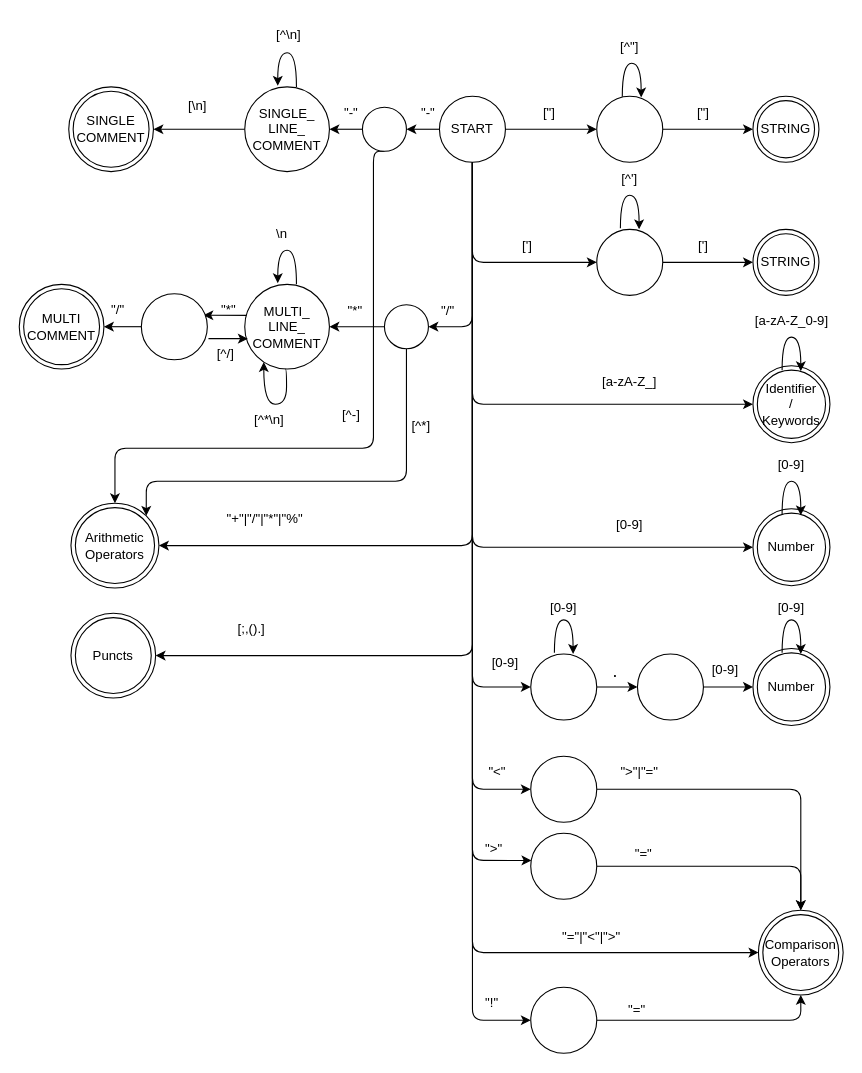
Before: diagrams/full.drawio in AmirmasoudCS/flex-sql-lexer, a draw.io diagram. Source tidied: cells renumbered, new cells numbered last; positions are measured from the earlier drawing's top-left corner, leaving out a move shared by most shapes. Both pictures are drawn from the tidied source at 110%, with x=0, y=0 at pixel (19, 19).
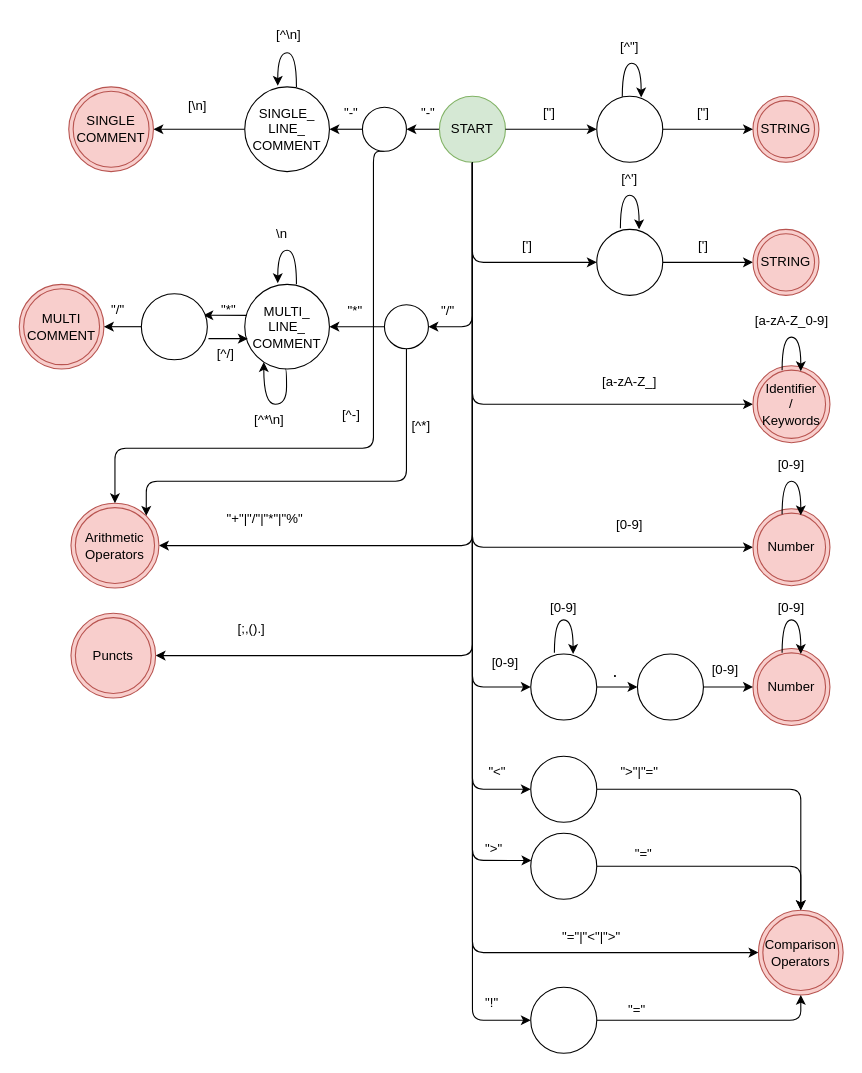
After the change.

Commit message:
Adding colors to the START and END states

What changed in the source:
```diff
@@
-    <mxCell id="11" value="START" style="ellipse;whiteSpace=wrap;html=1;shapeInside=1;" parent="1" vertex="1">
+    <mxCell id="11" value="START" style="ellipse;whiteSpace=wrap;html=1;shapeInside=1;fillColor=#d5e8d4;strokeColor=#82b366;" parent="1" vertex="1">
       <mxGeometry x="382" y="70" width="60" height="60" as="geometry" />
     </mxCell>
@@
-    <mxCell id="13" value="STRING" style="ellipse;shape=doubleEllipse;whiteSpace=wrap;html=1;" parent="1" vertex="1">
+    <mxCell id="13" value="STRING" style="ellipse;shape=doubleEllipse;whiteSpace=wrap;html=1;fillColor=#f8cecc;strokeColor=#b85450;" parent="1" vertex="1">
       <mxGeometry x="667" y="70" width="60" height="60" as="geometry" />
     </mxCell>
@@
-    <mxCell id="26" value="STRING" style="ellipse;shape=doubleEllipse;whiteSpace=wrap;html=1;" parent="1" vertex="1">
+    <mxCell id="26" value="STRING" style="ellipse;shape=doubleEllipse;whiteSpace=wrap;html=1;fillColor=#f8cecc;strokeColor=#b85450;" parent="1" vertex="1">
       <mxGeometry x="667" y="191" width="60" height="60" as="geometry" />
     </mxCell>
@@
-    <mxCell id="28" value="Identifier&lt;br&gt;/&lt;br&gt;Keywords" style="ellipse;shape=doubleEllipse;whiteSpace=wrap;html=1;" parent="1" vertex="1">
+    <mxCell id="28" value="Identifier&lt;br&gt;/&lt;br&gt;Keywords" style="ellipse;shape=doubleEllipse;whiteSpace=wrap;html=1;fillColor=#f8cecc;strokeColor=#b85450;" parent="1" vertex="1">
       <mxGeometry x="667" y="315" width="70" height="70" as="geometry" />
     </mxCell>
@@
-    <mxCell id="32" value="Number" style="ellipse;shape=doubleEllipse;whiteSpace=wrap;html=1;" parent="1" vertex="1">
+    <mxCell id="32" value="Number" style="ellipse;shape=doubleEllipse;whiteSpace=wrap;html=1;fillColor=#f8cecc;strokeColor=#b85450;" parent="1" vertex="1">
       <mxGeometry x="667" y="445" width="70" height="70" as="geometry" />
     </mxCell>
@@
-    <mxCell id="36" value="Number" style="ellipse;shape=doubleEllipse;whiteSpace=wrap;html=1;" parent="1" vertex="1">
+    <mxCell id="36" value="Number" style="ellipse;shape=doubleEllipse;whiteSpace=wrap;html=1;fillColor=#f8cecc;strokeColor=#b85450;" parent="1" vertex="1">
       <mxGeometry x="667" y="572" width="70" height="70" as="geometry" />
     </mxCell>
@@
-    <mxCell id="48" value="Comparison&lt;div&gt;Operators&lt;/div&gt;" style="ellipse;shape=doubleEllipse;whiteSpace=wrap;html=1;" parent="1" vertex="1">
+    <mxCell id="48" value="Comparison&lt;div&gt;Operators&lt;/div&gt;" style="ellipse;shape=doubleEllipse;whiteSpace=wrap;html=1;fillColor=#f8cecc;strokeColor=#b85450;" parent="1" vertex="1">
       <mxGeometry x="672" y="810" width="77" height="77" as="geometry" />
     </mxCell>
-    <mxCell id="49" value="Arithmetic&lt;div&gt;Operators&lt;/div&gt;" style="ellipse;shape=doubleEllipse;whiteSpace=wrap;html=1;" parent="1" vertex="1">
+    <mxCell id="49" value="Arithmetic&lt;div&gt;Operators&lt;/div&gt;" style="ellipse;shape=doubleEllipse;whiteSpace=wrap;html=1;fillColor=#f8cecc;strokeColor=#b85450;" parent="1" vertex="1">
       <mxGeometry x="47" y="440" width="80" height="77" as="geometry" />
     </mxCell>
@@
-    <mxCell id="51" value="Puncts" style="ellipse;shape=doubleEllipse;whiteSpace=wrap;html=1;" parent="1" vertex="1">
+    <mxCell id="51" value="Puncts" style="ellipse;shape=doubleEllipse;whiteSpace=wrap;html=1;fillColor=#f8cecc;strokeColor=#b85450;" parent="1" vertex="1">
       <mxGeometry x="47" y="540" width="77" height="77" as="geometry" />
     </mxCell>
@@
-    <mxCell id="57" value="SINGLE&lt;br&gt;COMMENT" style="ellipse;shape=doubleEllipse;whiteSpace=wrap;html=1;" parent="1" vertex="1">
+    <mxCell id="57" value="SINGLE&lt;br&gt;COMMENT" style="ellipse;shape=doubleEllipse;whiteSpace=wrap;html=1;fillColor=#f8cecc;strokeColor=#b85450;" parent="1" vertex="1">
       <mxGeometry x="45" y="61.5" width="77" height="77" as="geometry" />
     </mxCell>
@@
-    <mxCell id="66" value="MULTI&lt;div&gt;COMMENT&lt;/div&gt;" style="ellipse;shape=doubleEllipse;whiteSpace=wrap;html=1;" parent="1" vertex="1">
+    <mxCell id="66" value="MULTI&lt;div&gt;COMMENT&lt;/div&gt;" style="ellipse;shape=doubleEllipse;whiteSpace=wrap;html=1;fillColor=#f8cecc;strokeColor=#b85450;" parent="1" vertex="1">
       <mxGeometry y="241" width="77" height="77" as="geometry" />
     </mxCell>
```
